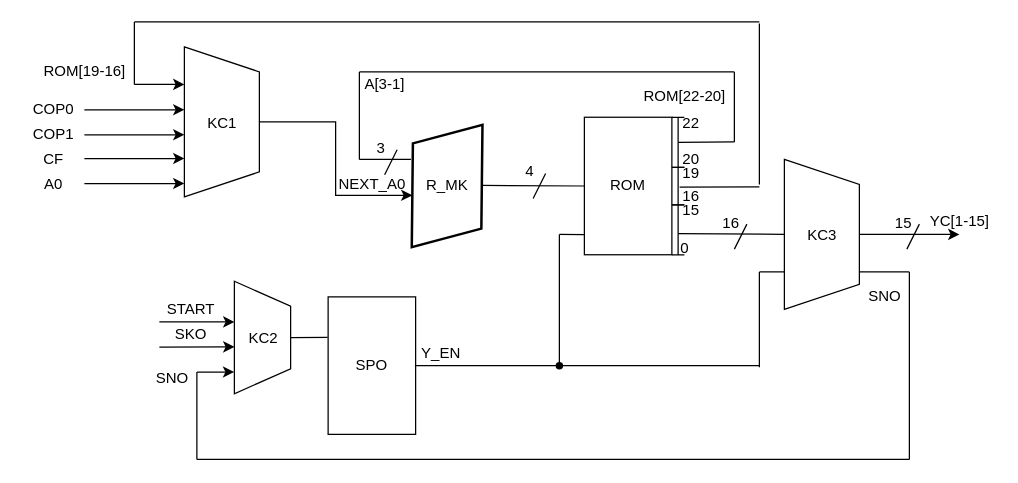
Before: BMK.drawio in TimurQQ/Workshop, a draw.io diagram. Source tidied: cells renumbered, new cells numbered last; positions are measured from the earlier drawing's top-left corner, leaving out a move shared by most shapes. Both pictures are drawn from the tidied source at 125%, with x=0, y=0 at pixel (21, 21).
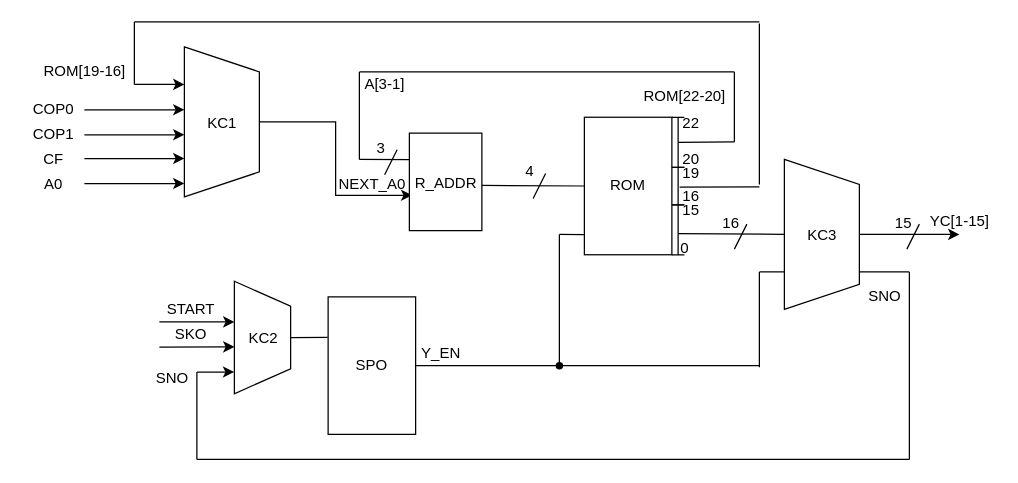
Above is the later version.

The change refers to these unchanged cells:
```xml
<mxCell id="4" style="shape=trapezoid;perimeter=trapezoidPerimeter;whiteSpace=wrap;html=1;fixedSize=1;rotation=90;" parent="1" vertex="1">
  <mxGeometry x="100" y="50" width="120" height="60" as="geometry" />
</mxCell>
<mxCell id="8" value="ROM" style="rounded=0;whiteSpace=wrap;html=1;" parent="1" vertex="1">
  <mxGeometry x="450" y="76.3" width="70" height="110" as="geometry" />
</mxCell>
```

What changed in the source:
```diff
@@
-    <mxCell id="2" style="shape=parallelogram;html=1;strokeWidth=2;perimeter=parallelogramPerimeter;whiteSpace=wrap;rounded=1;arcSize=0;size=0.2796562499999993;rotation=-15;" parent="1" vertex="1">
-      <mxGeometry x="300.2" y="91.3" width="80" height="80" as="geometry" />
-    </mxCell>
-    <mxCell id="3" value="R_MK" style="text;html=1;align=center;verticalAlign=middle;strokeColor=none;fillColor=none;" parent="1" vertex="1">
-      <mxGeometry x="315.2" y="121.3" width="50" height="20" as="geometry" />
-    </mxCell>
@@
-    <mxCell id="6" style="edgeStyle=elbowEdgeStyle;elbow=horizontal;endArrow=classic;html=1;rounded=0;exitX=0.5;exitY=0;exitDx=0;exitDy=0;entryX=0;entryY=0.5;entryDx=0;entryDy=0;" parent="1" edge="1" source="4" target="2">
-      <mxGeometry relative="1" as="geometry" />
+    <mxCell id="6" style="edgeStyle=elbowEdgeStyle;elbow=horizontal;endArrow=classic;html=1;rounded=0;exitX=0.5;exitY=0;exitDx=0;exitDy=0;entryX=0;entryY=0.5;entryDx=0;entryDy=0;" parent="1" edge="1" source="4">
+      <mxGeometry relative="1" as="geometry">
+        <mxPoint x="312.3" y="138.7" as="targetPoint" />
+      </mxGeometry>
     </mxCell>
@@
-    <mxCell id="9" style="endArrow=none;html=1;rounded=0;exitX=0.832;exitY=0.583;exitDx=0;exitDy=0;entryX=0;entryY=0.5;entryDx=0;entryDy=0;exitPerimeter=0;" parent="1" edge="1" source="2" target="8">
-      <mxGeometry relative="1" as="geometry" />
+    <mxCell id="9" style="endArrow=none;html=1;rounded=0;exitX=0.832;exitY=0.583;exitDx=0;exitDy=0;entryX=0;entryY=0.5;entryDx=0;entryDy=0;exitPerimeter=0;" parent="1" edge="1" target="8">
+      <mxGeometry relative="1" as="geometry">
+        <mxPoint x="367.5" y="130.8" as="sourcePoint" />
+      </mxGeometry>
     </mxCell>
@@
-    <mxCell id="31" style="endArrow=none;html=1;rounded=0;entryX=0.219;entryY=0.15;entryDx=0;entryDy=0;entryPerimeter=0;" parent="1" edge="1" target="2">
+    <mxCell id="31" style="endArrow=none;html=1;rounded=0;entryX=0.219;entryY=0.15;entryDx=0;entryDy=0;entryPerimeter=0;" parent="1" edge="1">
       <mxGeometry relative="1" as="geometry">
         <mxPoint x="270" y="110" as="sourcePoint" />
+        <mxPoint x="311.2" y="110.1" as="targetPoint" />
       </mxGeometry>
     </mxCell>
@@
+    <mxCell id="77" style="rounded=0;whiteSpace=wrap;html=1;" parent="1" vertex="1">
+      <mxGeometry x="310" y="89" width="58" height="78" as="geometry" />
+    </mxCell>
+    <mxCell id="3" value="R_ADDR" style="text;html=1;align=center;verticalAlign=middle;strokeColor=none;fillColor=none;" parent="1" vertex="1">
+      <mxGeometry x="309" y="120" width="59" height="18" as="geometry" />
+    </mxCell>
```
